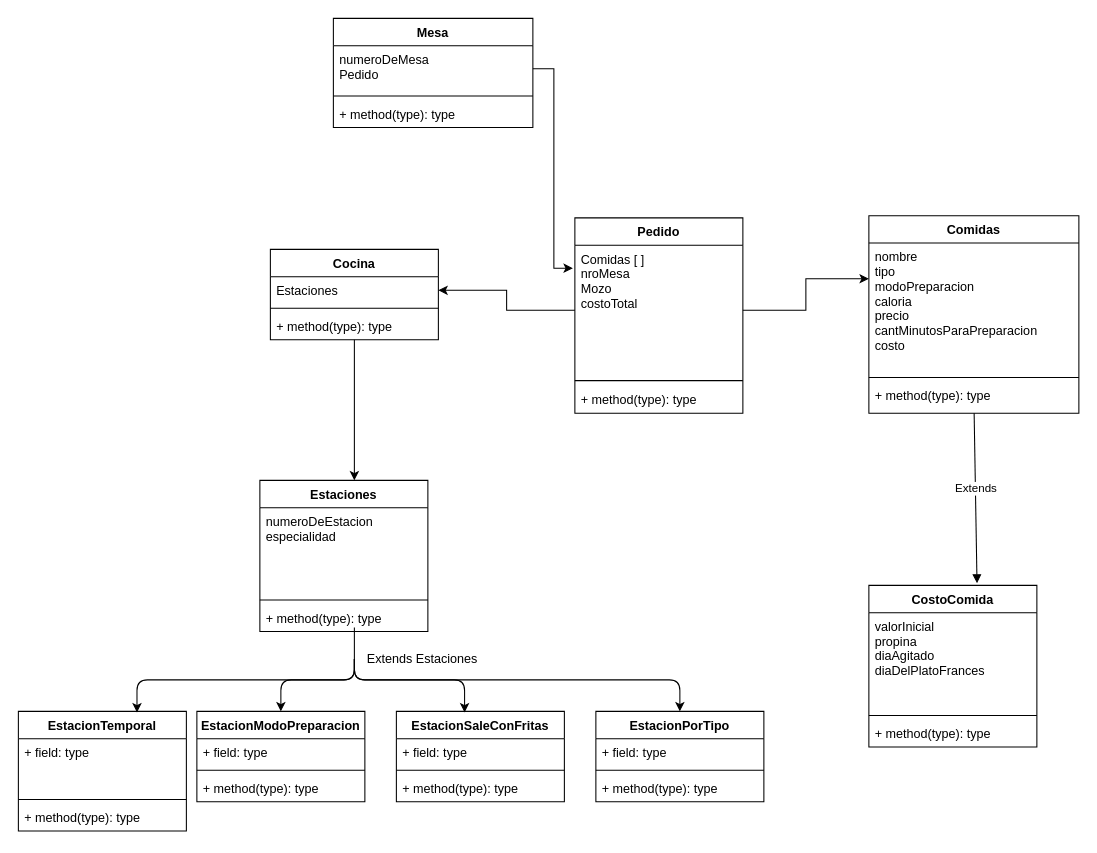
Before: diagrama Tp Especial.drawio in Guidin8/TPEspecialProg2, a draw.io diagram. Source tidied: cells renumbered, new cells numbered last; positions are measured from the earlier drawing's top-left corner, leaving out a move shared by most shapes. Both pictures are drawn from the tidied source at 105%, with x=0, y=0 at pixel (18, 18).
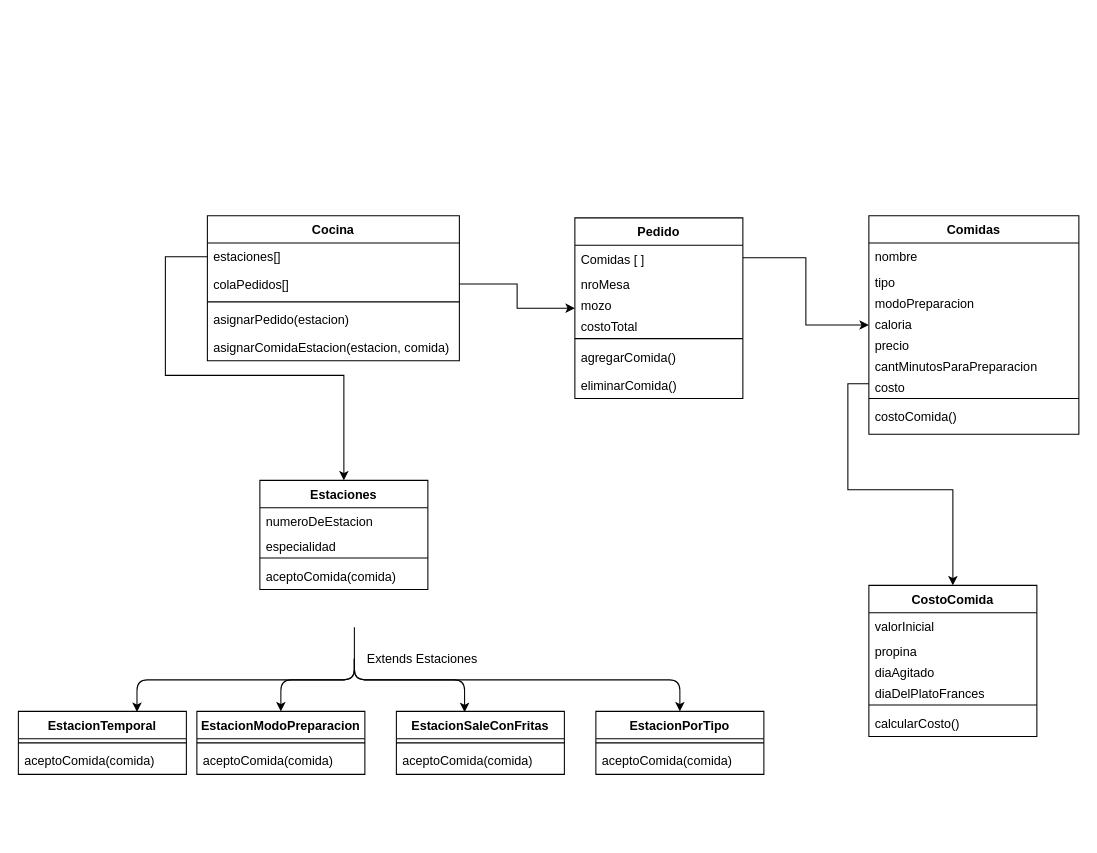
The same page after the edit.

Diff of the diagram source:
```diff
@@
-    <mxCell id="2" value="Mesa" style="swimlane;fontStyle=1;align=center;verticalAlign=top;horizontal=1;startSize=26;" parent="1" vertex="1">
-      <mxGeometry x="300" width="190" height="104" as="geometry" />
-    </mxCell>
-    <mxCell id="3" value="numeroDeMesa&#10;Pedido&#10;" style="text;strokeColor=none;fillColor=none;align=left;verticalAlign=top;spacingLeft=4;spacingRight=4;overflow=hidden;points=[[0,0.5],[1,0.5]];portConstraint=eastwest;" parent="2" vertex="1">
-      <mxGeometry y="26" width="190" height="44" as="geometry" />
-    </mxCell>
-    <mxCell id="4" style="line;strokeWidth=1;fillColor=none;align=left;verticalAlign=middle;spacingTop=-1;spacingLeft=3;spacingRight=3;labelPosition=right;" parent="2" vertex="1">
-      <mxGeometry y="70" width="190" height="8" as="geometry" />
-    </mxCell>
-    <mxCell id="5" value="+ method(type): type" style="text;strokeColor=none;fillColor=none;align=left;verticalAlign=top;spacingLeft=4;spacingRight=4;overflow=hidden;" parent="2" vertex="1">
-      <mxGeometry y="78" width="190" height="26" as="geometry" />
-    </mxCell>
     <mxCell id="6" value="Pedido" style="swimlane;fontStyle=1;align=center;verticalAlign=top;horizontal=1;startSize=26;" parent="1" vertex="1">
-      <mxGeometry x="530" y="190" width="160" height="186" as="geometry" />
+      <mxGeometry x="530" y="190" width="160" height="172" as="geometry" />
     </mxCell>
-    <mxCell id="7" value="Comidas [ ]&#10;nroMesa&#10;Mozo&#10;costoTotal" style="text;strokeColor=none;fillColor=none;align=left;verticalAlign=top;spacingLeft=4;spacingRight=4;overflow=hidden;points=[[0,0.5],[1,0.5]];portConstraint=eastwest;" parent="6" vertex="1">
-      <mxGeometry y="26" width="160" height="124" as="geometry" />
+    <mxCell id="7" value="Comidas [ ]" style="text;strokeColor=none;fillColor=none;align=left;verticalAlign=top;spacingLeft=4;spacingRight=4;overflow=hidden;points=[[0,0.5],[1,0.5]];portConstraint=eastwest;" parent="6" vertex="1">
+      <mxGeometry y="26" width="160" height="24" as="geometry" />
     </mxCell>
+    <mxCell id="52" value="nroMesa" style="text;strokeColor=none;fillColor=none;align=left;verticalAlign=top;spacingLeft=4;spacingRight=4;overflow=hidden;" parent="6" vertex="1">
+      <mxGeometry y="50" width="160" height="20" as="geometry" />
+    </mxCell>
+    <mxCell id="53" value="mozo" style="text;strokeColor=none;fillColor=none;align=left;verticalAlign=top;spacingLeft=4;spacingRight=4;overflow=hidden;" parent="6" vertex="1">
+      <mxGeometry y="70" width="160" height="20" as="geometry" />
+    </mxCell>
+    <mxCell id="54" value="costoTotal" style="text;strokeColor=none;fillColor=none;align=left;verticalAlign=top;spacingLeft=4;spacingRight=4;overflow=hidden;" parent="6" vertex="1">
+      <mxGeometry y="90" width="160" height="20" as="geometry" />
+    </mxCell>
     <mxCell id="8" style="line;strokeWidth=1;fillColor=none;align=left;verticalAlign=middle;spacingTop=-1;spacingLeft=3;spacingRight=3;labelPosition=right;" parent="6" vertex="1">
-      <mxGeometry y="150" width="160" height="10" as="geometry" />
+      <mxGeometry y="110" width="160" height="10" as="geometry" />
     </mxCell>
-    <mxCell id="9" value="+ method(type): type" style="text;strokeColor=none;fillColor=none;align=left;verticalAlign=top;spacingLeft=4;spacingRight=4;overflow=hidden;" parent="6" vertex="1">
-      <mxGeometry y="160" width="160" height="26" as="geometry" />
+    <mxCell id="9" value="agregarComida()" style="text;strokeColor=none;fillColor=none;align=left;verticalAlign=top;spacingLeft=4;spacingRight=4;overflow=hidden;" parent="6" vertex="1">
+      <mxGeometry y="120" width="160" height="26" as="geometry" />
     </mxCell>
+    <mxCell id="55" value="eliminarComida()" style="text;strokeColor=none;fillColor=none;align=left;verticalAlign=top;spacingLeft=4;spacingRight=4;overflow=hidden;" parent="6" vertex="1">
+      <mxGeometry y="146" width="160" height="26" as="geometry" />
+    </mxCell>
     <mxCell id="10" value="Comidas" style="swimlane;fontStyle=1;align=center;verticalAlign=top;horizontal=1;startSize=26;" parent="1" vertex="1">
-      <mxGeometry x="810" y="188" width="200" height="188" as="geometry" />
+      <mxGeometry x="810" y="188" width="200" height="208" as="geometry" />
     </mxCell>
-    <mxCell id="11" value="nombre&#10;tipo&#10;modoPreparacion&#10;caloria&#10;precio&#10;cantMinutosParaPreparacion&#10;costo" style="text;strokeColor=none;fillColor=none;align=left;verticalAlign=top;spacingLeft=4;spacingRight=4;overflow=hidden;points=[[0,0.5],[1,0.5]];portConstraint=eastwest;" parent="10" vertex="1">
-      <mxGeometry y="26" width="200" height="124" as="geometry" />
+    <mxCell id="11" value="nombre&#10;" style="text;strokeColor=none;fillColor=none;align=left;verticalAlign=top;spacingLeft=4;spacingRight=4;overflow=hidden;points=[[0,0.5],[1,0.5]];portConstraint=eastwest;" parent="10" vertex="1">
+      <mxGeometry y="26" width="200" height="24" as="geometry" />
     </mxCell>
+    <mxCell id="56" value="tipo" style="text;strokeColor=none;fillColor=none;align=left;verticalAlign=top;spacingLeft=4;spacingRight=4;overflow=hidden;" parent="10" vertex="1">
+      <mxGeometry y="50" width="200" height="20" as="geometry" />
+    </mxCell>
+    <mxCell id="57" value="modoPreparacion" style="text;strokeColor=none;fillColor=none;align=left;verticalAlign=top;spacingLeft=4;spacingRight=4;overflow=hidden;" parent="10" vertex="1">
+      <mxGeometry y="70" width="200" height="20" as="geometry" />
+    </mxCell>
+    <mxCell id="58" value="caloria" style="text;strokeColor=none;fillColor=none;align=left;verticalAlign=top;spacingLeft=4;spacingRight=4;overflow=hidden;" parent="10" vertex="1">
+      <mxGeometry y="90" width="200" height="20" as="geometry" />
+    </mxCell>
+    <mxCell id="59" value="precio" style="text;strokeColor=none;fillColor=none;align=left;verticalAlign=top;spacingLeft=4;spacingRight=4;overflow=hidden;" parent="10" vertex="1">
+      <mxGeometry y="110" width="200" height="20" as="geometry" />
+    </mxCell>
+    <mxCell id="60" value="cantMinutosParaPreparacion" style="text;strokeColor=none;fillColor=none;align=left;verticalAlign=top;spacingLeft=4;spacingRight=4;overflow=hidden;" parent="10" vertex="1">
+      <mxGeometry y="130" width="200" height="20" as="geometry" />
+    </mxCell>
+    <mxCell id="61" value="costo" style="text;strokeColor=none;fillColor=none;align=left;verticalAlign=top;spacingLeft=4;spacingRight=4;overflow=hidden;points=[[0,0.5],[1,0.5]];portConstraint=eastwest;" parent="10" vertex="1">
+      <mxGeometry y="150" width="200" height="20" as="geometry" />
+    </mxCell>
     <mxCell id="12" style="line;strokeWidth=1;fillColor=none;align=left;verticalAlign=middle;spacingTop=-1;spacingLeft=3;spacingRight=3;labelPosition=right;" parent="10" vertex="1">
-      <mxGeometry y="150" width="200" height="8" as="geometry" />
+      <mxGeometry y="170" width="200" height="8" as="geometry" />
     </mxCell>
-    <mxCell id="13" value="+ method(type): type" style="text;strokeColor=none;fillColor=none;align=left;verticalAlign=top;spacingLeft=4;spacingRight=4;overflow=hidden;points=[[0,0.5],[1,0.5]];portConstraint=eastwest;" parent="10" vertex="1">
-      <mxGeometry y="158" width="200" height="30" as="geometry" />
+    <mxCell id="13" value="costoComida()" style="text;strokeColor=none;fillColor=none;align=left;verticalAlign=top;spacingLeft=4;spacingRight=4;overflow=hidden;points=[[0,0.5],[1,0.5]];portConstraint=eastwest;" parent="10" vertex="1">
+      <mxGeometry y="178" width="200" height="30" as="geometry" />
     </mxCell>
     <mxCell id="14" value="Estaciones" style="swimlane;fontStyle=1;align=center;verticalAlign=top;horizontal=1;startSize=26;" parent="1" vertex="1">
-      <mxGeometry x="230" y="440" width="160" height="144" as="geometry" />
+      <mxGeometry x="230" y="440" width="160" height="104" as="geometry" />
     </mxCell>
-    <mxCell id="15" value="numeroDeEstacion&#10;especialidad&#10;" style="text;strokeColor=none;fillColor=none;align=left;verticalAlign=top;spacingLeft=4;spacingRight=4;overflow=hidden;" parent="14" vertex="1">
-      <mxGeometry y="26" width="160" height="84" as="geometry" />
+    <mxCell id="15" value="numeroDeEstacion&#10;" style="text;strokeColor=none;fillColor=none;align=left;verticalAlign=top;spacingLeft=4;spacingRight=4;overflow=hidden;" parent="14" vertex="1">
+      <mxGeometry y="26" width="160" height="24" as="geometry" />
     </mxCell>
+    <mxCell id="62" value="especialidad" style="text;strokeColor=none;fillColor=none;align=left;verticalAlign=top;spacingLeft=4;spacingRight=4;overflow=hidden;" parent="14" vertex="1">
+      <mxGeometry y="50" width="160" height="20" as="geometry" />
+    </mxCell>
     <mxCell id="16" style="line;strokeWidth=1;fillColor=none;align=left;verticalAlign=middle;spacingTop=-1;spacingLeft=3;spacingRight=3;labelPosition=right;" parent="14" vertex="1">
-      <mxGeometry y="110" width="160" height="8" as="geometry" />
+      <mxGeometry y="70" width="160" height="8" as="geometry" />
     </mxCell>
-    <mxCell id="17" value="+ method(type): type" style="text;strokeColor=none;fillColor=none;align=left;verticalAlign=top;spacingLeft=4;spacingRight=4;overflow=hidden;" parent="14" vertex="1">
-      <mxGeometry y="118" width="160" height="26" as="geometry" />
+    <mxCell id="17" value="aceptoComida(comida)" style="text;strokeColor=none;fillColor=none;align=left;verticalAlign=top;spacingLeft=4;spacingRight=4;overflow=hidden;" parent="14" vertex="1">
+      <mxGeometry y="78" width="160" height="26" as="geometry" />
     </mxCell>
     <mxCell id="18" value="EstacionTemporal" style="swimlane;fontStyle=1;align=center;verticalAlign=top;horizontal=1;startSize=26;" parent="1" vertex="1">
-      <mxGeometry y="660" width="160" height="114" as="geometry" />
+      <mxGeometry y="660" width="160" height="60" as="geometry" />
     </mxCell>
-    <mxCell id="19" value="+ field: type" style="text;strokeColor=none;fillColor=none;align=left;verticalAlign=top;spacingLeft=4;spacingRight=4;overflow=hidden;" parent="18" vertex="1">
-      <mxGeometry y="26" width="160" height="54" as="geometry" />
-    </mxCell>
     <mxCell id="20" style="line;strokeWidth=1;fillColor=none;align=left;verticalAlign=middle;spacingTop=-1;spacingLeft=3;spacingRight=3;labelPosition=right;" parent="18" vertex="1">
-      <mxGeometry y="80" width="160" height="8" as="geometry" />
+      <mxGeometry y="26" width="160" height="8" as="geometry" />
     </mxCell>
-    <mxCell id="21" value="+ method(type): type" style="text;strokeColor=none;fillColor=none;align=left;verticalAlign=top;spacingLeft=4;spacingRight=4;overflow=hidden;" parent="18" vertex="1">
-      <mxGeometry y="88" width="160" height="26" as="geometry" />
-    </mxCell>
+    <mxCell id="63" value="aceptoComida(comida)" style="text;strokeColor=none;fillColor=none;align=left;verticalAlign=top;spacingLeft=4;spacingRight=4;overflow=hidden;" parent="18" vertex="1">
+      <mxGeometry y="34" width="160" height="26" as="geometry" />
+    </mxCell>
     <mxCell id="22" value="EstacionModoPreparacion" style="swimlane;fontStyle=1;align=center;verticalAlign=top;horizontal=1;startSize=26;" parent="1" vertex="1">
-      <mxGeometry x="170" y="660" width="160" height="86" as="geometry" />
+      <mxGeometry x="170" y="660" width="160" height="60" as="geometry" />
     </mxCell>
-    <mxCell id="23" value="+ field: type" style="text;strokeColor=none;fillColor=none;align=left;verticalAlign=top;spacingLeft=4;spacingRight=4;overflow=hidden;" parent="22" vertex="1">
-      <mxGeometry y="26" width="160" height="26" as="geometry" />
-    </mxCell>
     <mxCell id="24" style="line;strokeWidth=1;fillColor=none;align=left;verticalAlign=middle;spacingTop=-1;spacingLeft=3;spacingRight=3;labelPosition=right;" parent="22" vertex="1">
-      <mxGeometry y="52" width="160" height="8" as="geometry" />
+      <mxGeometry y="26" width="160" height="8" as="geometry" />
     </mxCell>
-    <mxCell id="25" value="+ method(type): type" style="text;strokeColor=none;fillColor=none;align=left;verticalAlign=top;spacingLeft=4;spacingRight=4;overflow=hidden;" parent="22" vertex="1">
-      <mxGeometry y="60" width="160" height="26" as="geometry" />
-    </mxCell>
+    <mxCell id="64" value="aceptoComida(comida)" style="text;strokeColor=none;fillColor=none;align=left;verticalAlign=top;spacingLeft=4;spacingRight=4;overflow=hidden;" parent="22" vertex="1">
+      <mxGeometry y="34" width="160" height="26" as="geometry" />
+    </mxCell>
     <mxCell id="26" value="EstacionSaleConFritas" style="swimlane;fontStyle=1;align=center;verticalAlign=top;horizontal=1;startSize=26;" parent="1" vertex="1">
-      <mxGeometry x="360" y="660" width="160" height="86" as="geometry" />
+      <mxGeometry x="360" y="660" width="160" height="60" as="geometry" />
     </mxCell>
-    <mxCell id="27" value="+ field: type" style="text;strokeColor=none;fillColor=none;align=left;verticalAlign=top;spacingLeft=4;spacingRight=4;overflow=hidden;" parent="26" vertex="1">
-      <mxGeometry y="26" width="160" height="26" as="geometry" />
-    </mxCell>
     <mxCell id="28" style="line;strokeWidth=1;fillColor=none;align=left;verticalAlign=middle;spacingTop=-1;spacingLeft=3;spacingRight=3;labelPosition=right;" parent="26" vertex="1">
-      <mxGeometry y="52" width="160" height="8" as="geometry" />
+      <mxGeometry y="26" width="160" height="8" as="geometry" />
     </mxCell>
-    <mxCell id="29" value="+ method(type): type" style="text;strokeColor=none;fillColor=none;align=left;verticalAlign=top;spacingLeft=4;spacingRight=4;overflow=hidden;" parent="26" vertex="1">
-      <mxGeometry y="60" width="160" height="26" as="geometry" />
-    </mxCell>
+    <mxCell id="65" value="aceptoComida(comida)" style="text;strokeColor=none;fillColor=none;align=left;verticalAlign=top;spacingLeft=4;spacingRight=4;overflow=hidden;" parent="26" vertex="1">
+      <mxGeometry y="34" width="160" height="26" as="geometry" />
+    </mxCell>
     <mxCell id="30" value="EstacionPorTipo" style="swimlane;fontStyle=1;align=center;verticalAlign=top;horizontal=1;startSize=26;" parent="1" vertex="1">
-      <mxGeometry x="550" y="660" width="160" height="86" as="geometry" />
+      <mxGeometry x="550" y="660" width="160" height="60" as="geometry" />
     </mxCell>
-    <mxCell id="31" value="+ field: type" style="text;strokeColor=none;fillColor=none;align=left;verticalAlign=top;spacingLeft=4;spacingRight=4;overflow=hidden;" parent="30" vertex="1">
-      <mxGeometry y="26" width="160" height="26" as="geometry" />
-    </mxCell>
     <mxCell id="32" style="line;strokeWidth=1;fillColor=none;align=left;verticalAlign=middle;spacingTop=-1;spacingLeft=3;spacingRight=3;labelPosition=right;" parent="30" vertex="1">
-      <mxGeometry y="52" width="160" height="8" as="geometry" />
+      <mxGeometry y="26" width="160" height="8" as="geometry" />
     </mxCell>
-    <mxCell id="33" value="+ method(type): type" style="text;strokeColor=none;fillColor=none;align=left;verticalAlign=top;spacingLeft=4;spacingRight=4;overflow=hidden;" parent="30" vertex="1">
-      <mxGeometry y="60" width="160" height="26" as="geometry" />
-    </mxCell>
+    <mxCell id="66" value="aceptoComida(comida)" style="text;strokeColor=none;fillColor=none;align=left;verticalAlign=top;spacingLeft=4;spacingRight=4;overflow=hidden;" parent="30" vertex="1">
+      <mxGeometry y="34" width="160" height="26" as="geometry" />
+    </mxCell>
     <mxCell id="34" value="Cocina" style="swimlane;fontStyle=1;align=center;verticalAlign=top;horizontal=1;startSize=26;" parent="1" vertex="1">
-      <mxGeometry x="240" y="220" width="160" height="86" as="geometry" />
+      <mxGeometry x="180" y="188" width="240" height="138" as="geometry" />
     </mxCell>
-    <mxCell id="35" value="Estaciones" style="text;strokeColor=none;fillColor=none;align=left;verticalAlign=top;spacingLeft=4;spacingRight=4;overflow=hidden;points=[[0,0.5],[1,0.5]];portConstraint=eastwest;" parent="34" vertex="1">
-      <mxGeometry y="26" width="160" height="26" as="geometry" />
+    <mxCell id="35" value="estaciones[]" style="text;strokeColor=none;fillColor=none;align=left;verticalAlign=top;spacingLeft=4;spacingRight=4;overflow=hidden;points=[[0,0.5],[1,0.5]];portConstraint=eastwest;" parent="34" vertex="1">
+      <mxGeometry y="26" width="240" height="26" as="geometry" />
     </mxCell>
+    <mxCell id="67" value="colaPedidos[]" style="text;strokeColor=none;fillColor=none;align=left;verticalAlign=top;spacingLeft=4;spacingRight=4;overflow=hidden;points=[[0,0.5],[1,0.5]];portConstraint=eastwest;" parent="34" vertex="1">
+      <mxGeometry y="52" width="240" height="26" as="geometry" />
+    </mxCell>
     <mxCell id="36" style="line;strokeWidth=1;fillColor=none;align=left;verticalAlign=middle;spacingTop=-1;spacingLeft=3;spacingRight=3;labelPosition=right;" parent="34" vertex="1">
-      <mxGeometry y="52" width="160" height="8" as="geometry" />
+      <mxGeometry y="78" width="240" height="8" as="geometry" />
     </mxCell>
-    <mxCell id="37" value="+ method(type): type" style="text;strokeColor=none;fillColor=none;align=left;verticalAlign=top;spacingLeft=4;spacingRight=4;overflow=hidden;" parent="34" vertex="1">
-      <mxGeometry y="60" width="160" height="26" as="geometry" />
+    <mxCell id="37" value="asignarPedido(estacion)" style="text;strokeColor=none;fillColor=none;align=left;verticalAlign=top;spacingLeft=4;spacingRight=4;overflow=hidden;" parent="34" vertex="1">
+      <mxGeometry y="86" width="240" height="26" as="geometry" />
     </mxCell>
-    <mxCell id="38" style="edgeStyle=orthogonalEdgeStyle;rounded=0;jettySize=auto;html=1;entryX=-0.012;entryY=0.177;entryDx=0;entryDy=0;entryPerimeter=0;" parent="1" edge="1" source="3" target="7">
-      <mxGeometry relative="1" as="geometry" />
-    </mxCell>
-    <mxCell id="39" style="edgeStyle=orthogonalEdgeStyle;rounded=0;jettySize=auto;html=1;entryX=0;entryY=0.274;entryDx=0;entryDy=0;entryPerimeter=0;" parent="1" edge="1" source="7" target="11">
-      <mxGeometry relative="1" as="geometry" />
-    </mxCell>
+    <mxCell id="68" value="asignarComidaEstacion(estacion, comida)" style="text;strokeColor=none;fillColor=none;align=left;verticalAlign=top;spacingLeft=4;spacingRight=4;overflow=hidden;" parent="34" vertex="1">
+      <mxGeometry y="112" width="240" height="26" as="geometry" />
+    </mxCell>
@@
-    <mxCell id="41" style="edgeStyle=elbowEdgeStyle;rounded=0;jettySize=auto;html=1;" parent="1" edge="1" source="34" target="14">
-      <mxGeometry relative="1" as="geometry">
-        <Array as="points">
-          <mxPoint x="310" y="240" />
-        </Array>
-      </mxGeometry>
-    </mxCell>
@@
-    <mxCell id="46" style="edgeStyle=elbowEdgeStyle;rounded=0;jettySize=auto;html=1;exitX=0;exitY=0.5;exitDx=0;exitDy=0;" parent="1" edge="1" source="7" target="35">
-      <mxGeometry relative="1" as="geometry" />
-    </mxCell>
     <mxCell id="47" value="CostoComida" style="swimlane;fontStyle=1;align=center;verticalAlign=top;horizontal=1;startSize=26;" parent="1" vertex="1">
-      <mxGeometry x="810" y="540" width="160" height="154" as="geometry" />
+      <mxGeometry x="810" y="540" width="160" height="144" as="geometry" />
     </mxCell>
-    <mxCell id="48" value="valorInicial&#10;propina&#10;diaAgitado&#10;diaDelPlatoFrances" style="text;strokeColor=none;fillColor=none;align=left;verticalAlign=top;spacingLeft=4;spacingRight=4;overflow=hidden;" parent="47" vertex="1">
-      <mxGeometry y="26" width="160" height="94" as="geometry" />
+    <mxCell id="48" value="valorInicial" style="text;strokeColor=none;fillColor=none;align=left;verticalAlign=top;spacingLeft=4;spacingRight=4;overflow=hidden;" parent="47" vertex="1">
+      <mxGeometry y="26" width="160" height="24" as="geometry" />
     </mxCell>
+    <mxCell id="69" value="propina" style="text;strokeColor=none;fillColor=none;align=left;verticalAlign=top;spacingLeft=4;spacingRight=4;overflow=hidden;" parent="47" vertex="1">
+      <mxGeometry y="50" width="160" height="20" as="geometry" />
+    </mxCell>
+    <mxCell id="70" value="diaAgitado" style="text;strokeColor=none;fillColor=none;align=left;verticalAlign=top;spacingLeft=4;spacingRight=4;overflow=hidden;" parent="47" vertex="1">
+      <mxGeometry y="70" width="160" height="20" as="geometry" />
+    </mxCell>
+    <mxCell id="71" value="diaDelPlatoFrances" style="text;strokeColor=none;fillColor=none;align=left;verticalAlign=top;spacingLeft=4;spacingRight=4;overflow=hidden;" parent="47" vertex="1">
+      <mxGeometry y="90" width="160" height="20" as="geometry" />
+    </mxCell>
     <mxCell id="49" style="line;strokeWidth=1;fillColor=none;align=left;verticalAlign=middle;spacingTop=-1;spacingLeft=3;spacingRight=3;labelPosition=right;" parent="47" vertex="1">
-      <mxGeometry y="120" width="160" height="8" as="geometry" />
+      <mxGeometry y="110" width="160" height="8" as="geometry" />
     </mxCell>
-    <mxCell id="50" value="+ method(type): type" style="text;strokeColor=none;fillColor=none;align=left;verticalAlign=top;spacingLeft=4;spacingRight=4;overflow=hidden;" parent="47" vertex="1">
-      <mxGeometry y="128" width="160" height="26" as="geometry" />
+    <mxCell id="50" value="calcularCosto()" style="text;strokeColor=none;fillColor=none;align=left;verticalAlign=top;spacingLeft=4;spacingRight=4;overflow=hidden;" parent="47" vertex="1">
+      <mxGeometry y="118" width="160" height="26" as="geometry" />
     </mxCell>
-    <mxCell id="51" value="Extends" style="html=1;verticalAlign=bottom;endArrow=block;" parent="1" edge="1" source="13">
-      <mxGeometry relative="1" as="geometry">
-        <mxPoint x="913" y="538" as="targetPoint" />
-      </mxGeometry>
-    </mxCell>
+    <mxCell id="72" style="edgeStyle=orthogonalEdgeStyle;rounded=0;jettySize=auto;html=1;" parent="1" edge="1" source="67" target="6">
+      <mxGeometry relative="1" as="geometry" />
+    </mxCell>
+    <mxCell id="73" style="edgeStyle=orthogonalEdgeStyle;rounded=0;jettySize=auto;html=1;entryX=0.5;entryY=0;entryDx=0;entryDy=0;" parent="1" edge="1" source="35" target="14">
+      <mxGeometry relative="1" as="geometry">
+        <Array as="points">
+          <mxPoint x="140" y="227" />
+          <mxPoint x="140" y="340" />
+          <mxPoint x="310" y="340" />
+        </Array>
+      </mxGeometry>
+    </mxCell>
+    <mxCell id="74" style="edgeStyle=orthogonalEdgeStyle;rounded=0;jettySize=auto;html=1;" parent="1" edge="1" source="7" target="10">
+      <mxGeometry relative="1" as="geometry" />
+    </mxCell>
+    <mxCell id="75" style="edgeStyle=orthogonalEdgeStyle;rounded=0;jettySize=auto;html=1;" parent="1" edge="1" source="61" target="47">
+      <mxGeometry relative="1" as="geometry" />
+    </mxCell>
```
